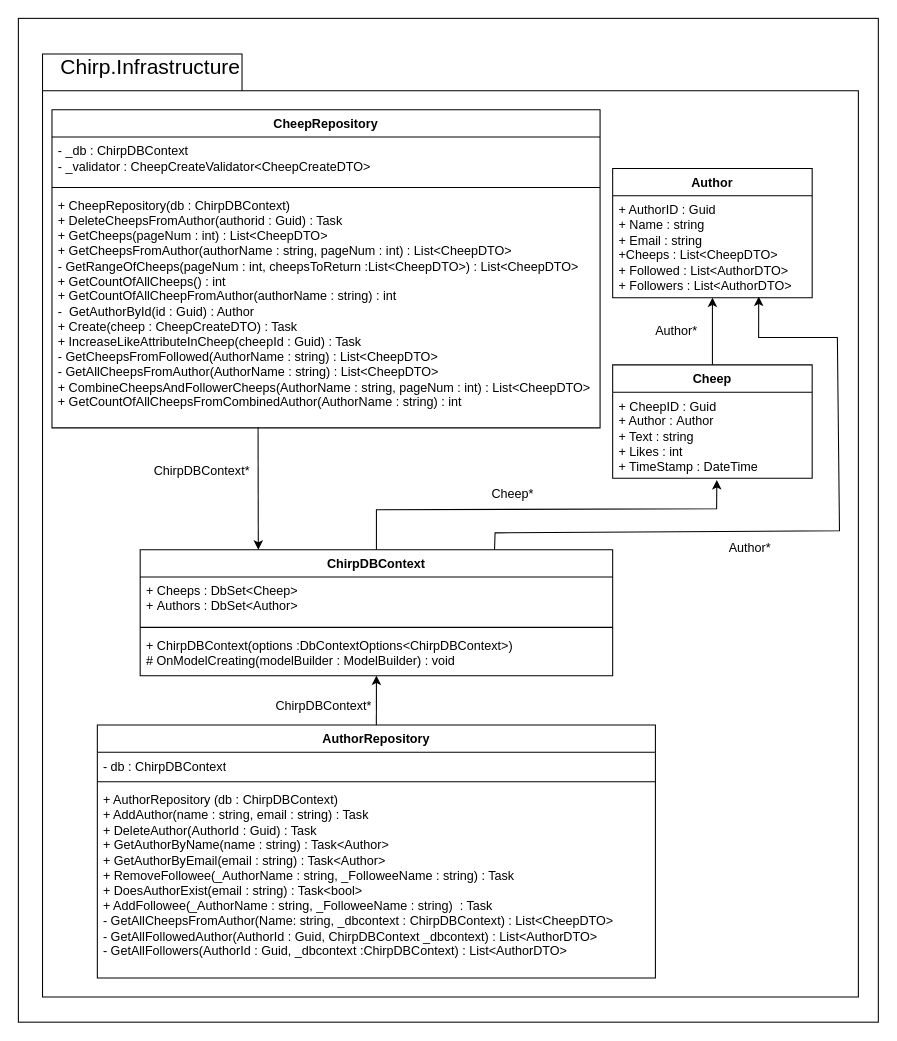
Before: docs/diagrams/PackagesUMLClassDiagrams/PackageInfrastructureUMLDiagram.drawio in ITU-BDSA23-GROUP4/Chirp, a draw.io diagram. Source tidied: cells renumbered, new cells numbered last; positions are measured from the earlier drawing's top-left corner, leaving out a move shared by most shapes. Both pictures are drawn from the tidied source at 105%, with x=0, y=0 at pixel (18, 18).
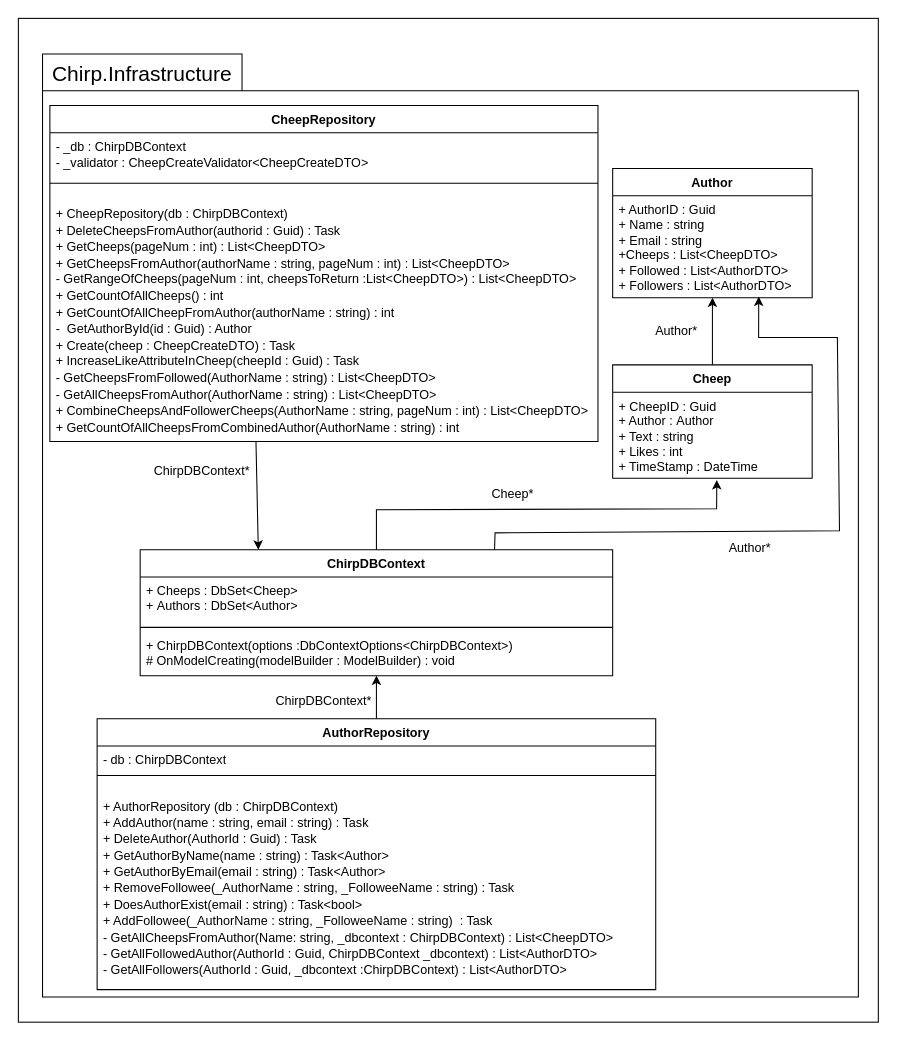
Above is the later version.

Change to the diagram source:
```diff
@@
     <mxCell id="10" value="&lt;font color=&quot;#000000&quot;&gt;AuthorRepository&lt;/font&gt;" style="swimlane;fontStyle=1;align=center;verticalAlign=top;horizontal=1;startSize=26;whiteSpace=wrap;html=1;strokeColor=#000000;fillColor=none;" parent="1" vertex="1">
-      <mxGeometry x="75.2" y="673" width="531.5" height="241" as="geometry" />
+      <mxGeometry x="75" y="667" width="532" height="258" as="geometry" />
     </mxCell>
     <mxCell id="11" value="&lt;font color=&quot;#000000&quot;&gt;- db : ChirpDBContext&lt;/font&gt;" style="text;strokeColor=none;fillColor=none;align=left;verticalAlign=top;spacingLeft=4;spacingRight=4;overflow=hidden;whiteSpace=wrap;html=1;" parent="10" vertex="1">
-      <mxGeometry y="26" width="531.5" height="24" as="geometry" />
+      <mxGeometry y="26" width="532" height="24" as="geometry" />
     </mxCell>
     <mxCell id="12" style="line;strokeWidth=1;fillColor=none;align=left;verticalAlign=middle;spacingTop=-1;spacingLeft=3;spacingRight=3;labelPosition=right;strokeColor=inherit;" parent="10" vertex="1">
-      <mxGeometry y="50" width="531.5" height="8" as="geometry" />
+      <mxGeometry y="50" width="532" height="8" as="geometry" />
     </mxCell>
-    <mxCell id="13" value="&lt;font color=&quot;#000000&quot;&gt;+ AuthorRepository (db : ChirpDBContext)&lt;br&gt;+ AddAuthor(name : string, email : string) : Task&lt;br&gt;&lt;/font&gt;&lt;span style=&quot;color: rgb(0, 0, 0);&quot;&gt;+ DeleteAuthor(AuthorId : Guid) : Task&lt;/span&gt;&lt;font color=&quot;#000000&quot;&gt;&lt;br&gt;+ GetAuthorByName(name : string) : Task&amp;lt;Author&amp;gt;&lt;br&gt;+ GetAuthorByEmail(email : string) : Task&amp;lt;Author&amp;gt;&lt;br&gt;+ RemoveFollowee(_AuthorName : string, _FolloweeName : string) : Task&lt;br&gt;+ DoesAuthorExist(email : string) : Task&amp;lt;bool&amp;gt;&lt;br&gt;+ AddFollowee(_AuthorName : string, _FolloweeName : string)&amp;nbsp; : Task&lt;br&gt;- GetAllCheepsFromAuthor(Name: string, _dbcontext : ChirpDBContext) : List&amp;lt;CheepDTO&amp;gt;&lt;br&gt;- GetAllFollowedAuthor(AuthorId : Guid, ChirpDBContext _dbcontext) : List&amp;lt;AuthorDTO&amp;gt;&lt;br&gt;- GetAllFollowers(AuthorId : Guid, _dbcontext :&lt;/font&gt;&lt;span style=&quot;color: rgb(0, 0, 0);&quot;&gt;ChirpDBContext&lt;/span&gt;&lt;font color=&quot;#000000&quot;&gt;) : List&amp;lt;AuthorDTO&amp;gt;&lt;br&gt;&lt;/font&gt;" style="text;strokeColor=none;fillColor=none;align=left;verticalAlign=top;spacingLeft=4;spacingRight=4;overflow=hidden;whiteSpace=wrap;html=1;" parent="10" vertex="1">
-      <mxGeometry y="58" width="531.5" height="183" as="geometry" />
+    <mxCell id="13" value="&lt;p style=&quot;line-height: 130%;&quot;&gt;&lt;font color=&quot;#000000&quot;&gt;+ AuthorRepository (db : ChirpDBContext)&lt;br&gt;+ AddAuthor(name : string, email : string) : Task&lt;br&gt;&lt;/font&gt;&lt;span style=&quot;color: rgb(0, 0, 0);&quot;&gt;+ DeleteAuthor(AuthorId : Guid) : Task&lt;/span&gt;&lt;font color=&quot;#000000&quot;&gt;&lt;br&gt;+ GetAuthorByName(name : string) : Task&amp;lt;Author&amp;gt;&lt;br&gt;+ GetAuthorByEmail(email : string) : Task&amp;lt;Author&amp;gt;&lt;br&gt;+ RemoveFollowee(_AuthorName : string, _FolloweeName : string) : Task&lt;br&gt;+ DoesAuthorExist(email : string) : Task&amp;lt;bool&amp;gt;&lt;br&gt;+ AddFollowee(_AuthorName : string, _FolloweeName : string)&amp;nbsp; : Task&lt;br&gt;- GetAllCheepsFromAuthor(Name: string, _dbcontext : ChirpDBContext) : List&amp;lt;CheepDTO&amp;gt;&lt;br&gt;- GetAllFollowedAuthor(AuthorId : Guid, ChirpDBContext _dbcontext) : List&amp;lt;AuthorDTO&amp;gt;&lt;br&gt;- GetAllFollowers(AuthorId : Guid, _dbcontext :&lt;/font&gt;&lt;span style=&quot;color: rgb(0, 0, 0);&quot;&gt;ChirpDBContext&lt;/span&gt;&lt;font color=&quot;#000000&quot;&gt;) : List&amp;lt;AuthorDTO&amp;gt;&lt;br&gt;&lt;/font&gt;&lt;/p&gt;" style="text;strokeColor=none;fillColor=none;align=left;verticalAlign=top;spacingLeft=4;spacingRight=4;overflow=hidden;whiteSpace=wrap;html=1;" parent="10" vertex="1">
+      <mxGeometry y="58" width="532" height="200" as="geometry" />
     </mxCell>
@@
     <mxCell id="15" value="&lt;font color=&quot;#000000&quot;&gt;CheepRepository&lt;/font&gt;" style="swimlane;fontStyle=1;align=center;verticalAlign=top;horizontal=1;startSize=26;whiteSpace=wrap;html=1;strokeColor=#000000;fillColor=none;" parent="1" vertex="1">
-      <mxGeometry x="32" y="87" width="522" height="303" as="geometry" />
+      <mxGeometry x="30" y="83" width="522" height="320" as="geometry" />
     </mxCell>
@@
-    <mxCell id="18" value="&lt;font color=&quot;#000000&quot;&gt;&lt;font style=&quot;font-size: 12px;&quot;&gt;+&amp;nbsp;CheepRepository(db : ChirpDBContext)&lt;/font&gt;&lt;br&gt;+ DeleteCheepsFromAuthor(authorid : Guid) : Task&lt;br&gt;+ GetCheeps(pageNum : int) : List&amp;lt;CheepDTO&amp;gt;&lt;br&gt;+ GetCheepsFromAuthor(authorName : string, pageNum : int) : List&amp;lt;CheepDTO&amp;gt;&lt;br&gt;- GetRangeOfCheeps(pageNum : int, cheepsToReturn :&lt;/font&gt;&lt;span style=&quot;color: rgb(0, 0, 0);&quot;&gt;List&amp;lt;CheepDTO&amp;gt;&lt;/span&gt;&lt;font color=&quot;#000000&quot;&gt;) : List&amp;lt;CheepDTO&amp;gt;&lt;br&gt;+ GetCountOfAllCheeps() : int&lt;br&gt;+ GetCountOfAllCheepFromAuthor(authorName : string) : int&lt;br&gt;-&amp;nbsp; GetAuthorById(id : Guid) : Author&lt;br&gt;+ Create(cheep : CheepCreateDTO) : Task&lt;br&gt;+ IncreaseLikeAttributeInCheep(cheepId : Guid) : Task&lt;br&gt;- GetCheepsFromFollowed(AuthorName : string) : List&amp;lt;CheepDTO&amp;gt;&lt;br&gt;- GetAllCheepsFromAuthor(AuthorName : string) : List&amp;lt;CheepDTO&amp;gt;&lt;br&gt;+ CombineCheepsAndFollowerCheeps(AuthorName : string, pageNum : int) : List&amp;lt;CheepDTO&amp;gt;&lt;br&gt;+ GetCountOfAllCheepsFromCombinedAuthor(AuthorName : string) : int&lt;br&gt;&lt;/font&gt;" style="text;strokeColor=none;fillColor=none;align=left;verticalAlign=top;spacingLeft=4;spacingRight=4;overflow=hidden;points=[[0,0.5],[1,0.5]];portConstraint=eastwest;whiteSpace=wrap;html=1;" parent="15" vertex="1">
-      <mxGeometry y="78" width="522" height="225" as="geometry" />
+    <mxCell id="18" value="&lt;p style=&quot;line-height: 130%;&quot;&gt;&lt;font color=&quot;#000000&quot;&gt;&lt;font style=&quot;font-size: 12px;&quot;&gt;+&amp;nbsp;CheepRepository(db : ChirpDBContext)&lt;/font&gt;&lt;br&gt;+ DeleteCheepsFromAuthor(authorid : Guid) : Task&lt;br&gt;+ GetCheeps(pageNum : int) : List&amp;lt;CheepDTO&amp;gt;&lt;br&gt;+ GetCheepsFromAuthor(authorName : string, pageNum : int) : List&amp;lt;CheepDTO&amp;gt;&lt;br&gt;- GetRangeOfCheeps(pageNum : int, cheepsToReturn :&lt;/font&gt;&lt;span style=&quot;color: rgb(0, 0, 0);&quot;&gt;List&amp;lt;CheepDTO&amp;gt;&lt;/span&gt;&lt;font color=&quot;#000000&quot;&gt;) : List&amp;lt;CheepDTO&amp;gt;&lt;br&gt;+ GetCountOfAllCheeps() : int&lt;br&gt;+ GetCountOfAllCheepFromAuthor(authorName : string) : int&lt;br&gt;-&amp;nbsp; GetAuthorById(id : Guid) : Author&lt;br&gt;+ Create(cheep : CheepCreateDTO) : Task&lt;br&gt;+ IncreaseLikeAttributeInCheep(cheepId : Guid) : Task&lt;br&gt;- GetCheepsFromFollowed(AuthorName : string) : List&amp;lt;CheepDTO&amp;gt;&lt;br&gt;- GetAllCheepsFromAuthor(AuthorName : string) : List&amp;lt;CheepDTO&amp;gt;&lt;br&gt;+ CombineCheepsAndFollowerCheeps(AuthorName : string, pageNum : int) : List&amp;lt;CheepDTO&amp;gt;&lt;br&gt;+ GetCountOfAllCheepsFromCombinedAuthor(AuthorName : string) : int&lt;br&gt;&lt;/font&gt;&lt;/p&gt;" style="text;strokeColor=none;fillColor=none;align=left;verticalAlign=top;spacingLeft=4;spacingRight=4;overflow=hidden;points=[[0,0.5],[1,0.5]];portConstraint=eastwest;whiteSpace=wrap;html=1;" parent="15" vertex="1">
+      <mxGeometry y="78" width="522" height="242" as="geometry" />
     </mxCell>
@@
     <mxCell id="25" value="&lt;font color=&quot;#000000&quot; style=&quot;font-size: 20px;&quot;&gt;Chirp.Infrastructure&lt;/font&gt;" style="text;html=1;strokeColor=none;fillColor=none;align=center;verticalAlign=middle;whiteSpace=wrap;rounded=0;" parent="1" vertex="1">
-      <mxGeometry x="96" y="30" width="60" height="30" as="geometry" />
+      <mxGeometry x="88" y="37" width="60" height="30" as="geometry" />
     </mxCell>
@@
     <mxCell id="29" value="&lt;font color=&quot;#000000&quot;&gt;ChirpDBContext*&lt;/font&gt;" style="text;html=1;strokeColor=none;fillColor=none;align=center;verticalAlign=middle;whiteSpace=wrap;rounded=0;" parent="1" vertex="1">
-      <mxGeometry x="261" y="640" width="60" height="30" as="geometry" />
+      <mxGeometry x="261" y="635" width="60" height="30" as="geometry" />
     </mxCell>
```
